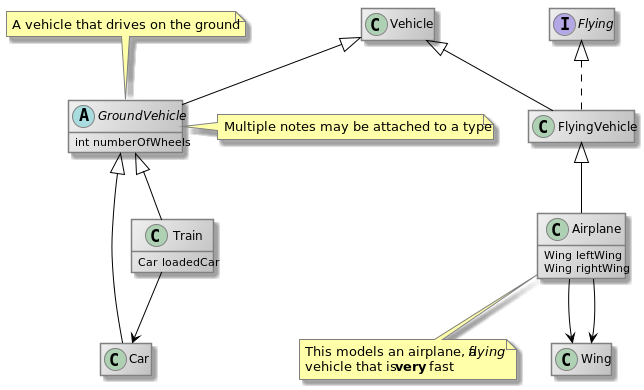
Above: doc/images/package_class.png in comsysto/livingdoc (PlantUML), before the change.
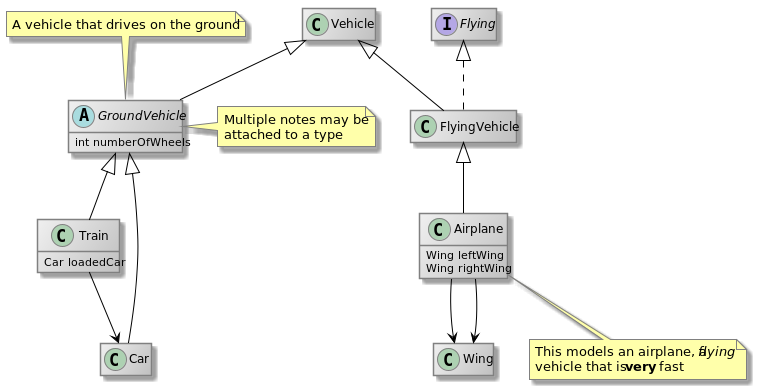
After the commit.

Diff of the diagram source:
```diff
@@ -16,6 +16,24 @@
 skinParam noteBorderColor gray
 hide empty members
 interface Flying
+class Wing
+class Vehicle
+
+abstract class GroundVehicle {
+    int numberOfWheels
+
+}
+
+note top of GroundVehicle
+A vehicle that drives on the ground
+end note
+
+note right of GroundVehicle
+Multiple notes may be
+attached to a type
+end note
+
+class FlyingVehicle
 
 class Airplane {
     Wing leftWing
@@ -28,37 +46,20 @@
 vehicle that is **very** fast
 end note
 
-class Vehicle
-
-abstract class GroundVehicle {
-    int numberOfWheels
-
-}
-
-note top of GroundVehicle
-A vehicle that drives on the ground
-end note
-
-note right of GroundVehicle
-Multiple notes may be attached to a type
-end note
-
-class FlyingVehicle
-class Car
 
 class Train {
     Car loadedCar
 
 }
 
-class Wing
+class Car
 
-FlyingVehicle <|-- Airplane
 Vehicle <|-- GroundVehicle
 Vehicle <|-- FlyingVehicle
 Flying <|.. FlyingVehicle
+FlyingVehicle <|-- Airplane
+GroundVehicle <|-- Train
 GroundVehicle <|-- Car
-GroundVehicle <|-- Train
 
 Airplane --> Wing
 Airplane --> Wing
```
